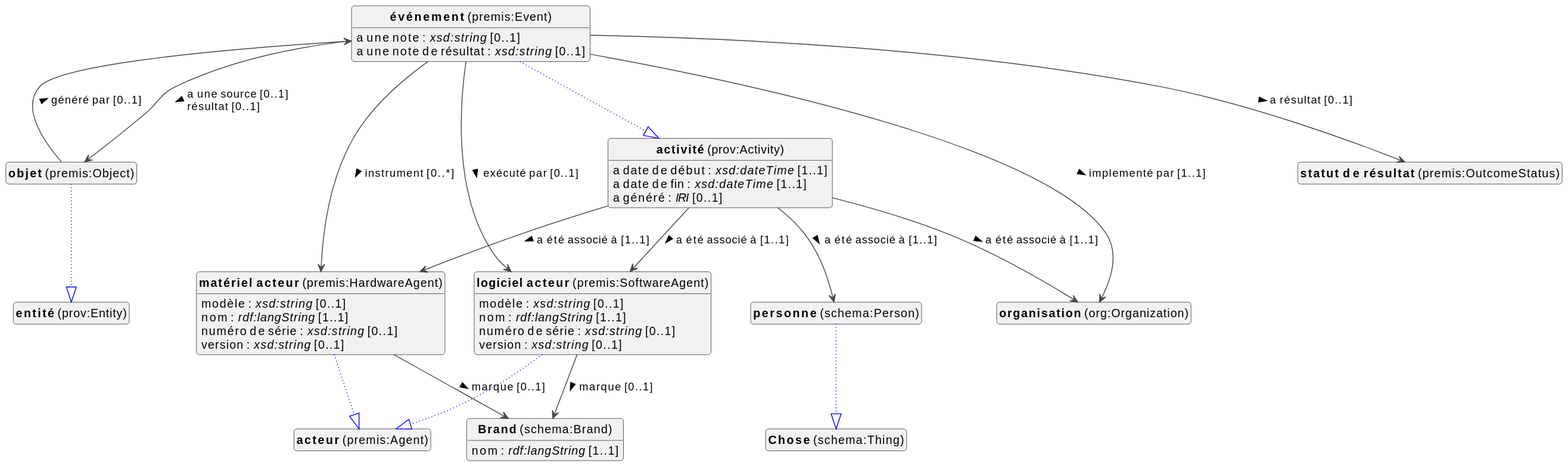
Above: docs/metadata/knowledge-graph/0.0.1/events/fr/events-diagram.svg in viaacode/documentation-jekyll (PlantUML), before the change. The source it was exported from:
```plantuml
@startuml
!theme vibrant
skinparam classFontSize 14
!define LIGHTORANGE
skinparam componentStyle uml2
skinparam wrapMessageWidth 1000
skinparam wrapWidth 1000
skinparam shadowing false
skinparam ArrowMessageAlignment left
top to bottom direction


class "<b>Brand</b> (schema:Brand)" as schema_Brand [[#schema%3ABrand]]
class "<b>activité</b> (prov:Activity)" as prov_Activity [[#prov%3AActivity]]
class "<b>logiciel acteur</b> (premis:SoftwareAgent)" as premis_SoftwareAgent [[#premis%3ASoftwareAgent]]
class "<b>acteur</b> (premis:Agent)" as premis_Agent [[#premis%3AAgent]]
class "<b>matériel acteur</b> (premis:HardwareAgent)" as premis_HardwareAgent [[#premis%3AHardwareAgent]]
class "<b>acteur</b> (premis:Agent)" as premis_Agent [[#premis%3AAgent]]
class "<b>objet</b> (premis:Object)" as premis_Object [[#premis%3AObject]]
class "<b>entité</b> (prov:Entity)" as prov_Entity [[#prov%3AEntity]]
class "<b>organisation</b> (org:Organization)" as org_Organization [[../../organizations/fr#org%3AOrganization]]
class "<b>personne</b> (schema:Person)" as schema_Person [[../../organizations/fr#schema%3APerson]]
class "<b>Chose</b> (schema:Thing)" as schema_Thing [[#schema%3AThing]]
class "<b>statut de résultat</b> (premis:OutcomeStatus)" as premis_OutcomeStatus [[#premis%3AOutcomeStatus]]
class "<b>événement</b> (premis:Event)" as premis_Event [[#premis%3AEvent]]
class "<b>activité</b> (prov:Activity)" as prov_Activity [[#prov%3AActivity]]


schema_Brand : nom : <i>rdf:langString</i> [1..1]



prov_Activity : a date de début : <i>xsd:dateTime</i> [1..1]
prov_Activity : a date de fin : <i>xsd:dateTime</i> [1..1]
prov_Activity : a généré : <i>IRI</i> [0..1]

prov_Activity --> org_Organization :a été associé à [1..1]  >
prov_Activity --> premis_HardwareAgent :a été associé à [1..1]  >
prov_Activity --> premis_SoftwareAgent :a été associé à [1..1]  >
prov_Activity --> schema_Person :a été associé à [1..1]  >


premis_SoftwareAgent --|> premis_Agent #blue;line.dotted;text:blue

premis_SoftwareAgent : modèle : <i>xsd:string</i> [0..1]
premis_SoftwareAgent : nom : <i>rdf:langString</i> [1..1]
premis_SoftwareAgent : numéro de série : <i>xsd:string</i> [0..1]
premis_SoftwareAgent : version : <i>xsd:string</i> [0..1]

premis_SoftwareAgent --> schema_Brand :marque [0..1]  >


premis_HardwareAgent --|> premis_Agent #blue;line.dotted;text:blue

premis_HardwareAgent : modèle : <i>xsd:string</i> [0..1]
premis_HardwareAgent : nom : <i>rdf:langString</i> [1..1]
premis_HardwareAgent : numéro de série : <i>xsd:string</i> [0..1]
premis_HardwareAgent : version : <i>xsd:string</i> [0..1]

premis_HardwareAgent --> schema_Brand :marque [0..1]  >


premis_Object --|> prov_Entity #blue;line.dotted;text:blue

premis_Object --> premis_Event :généré par [0..1]  >



schema_Person --|> schema_Thing #blue;line.dotted;text:blue




premis_Event --|> prov_Activity #blue;line.dotted;text:blue

premis_Event : a une note : <i>xsd:string</i> [0..1]
premis_Event : a une note de résultat : <i>xsd:string</i> [0..1]
premis_Event --> org_Organization :implementé par [1..1]  >
premis_Event --> premis_HardwareAgent :instrument [0..*]  >
premis_Event --> premis_Object :a une source [0..1]  \lrésultat [0..1]  >
premis_Event --> premis_OutcomeStatus :a résultat [0..1]  >
premis_Event --> premis_SoftwareAgent :exécuté par [0..1]  >



hide circle
hide methods
hide empty members
@enduml
```
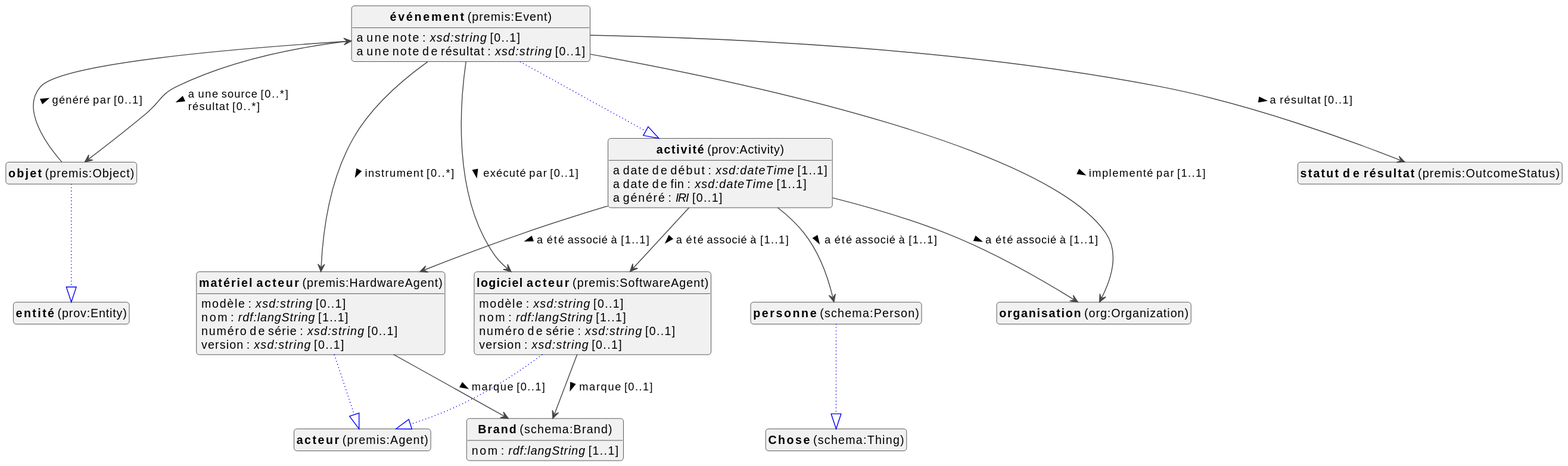
Above is the later version.

Diff of the diagram source:
```diff
@@ -77,7 +77,7 @@
 premis_Event : a une note de résultat : <i>xsd:string</i> [0..1]
 premis_Event --> org_Organization :implementé par [1..1]  >
 premis_Event --> premis_HardwareAgent :instrument [0..*]  >
-premis_Event --> premis_Object :a une source [0..1]  \lrésultat [0..1]  >
+premis_Event --> premis_Object :a une source [0..*]  \lrésultat [0..*]  >
 premis_Event --> premis_OutcomeStatus :a résultat [0..1]  >
 premis_Event --> premis_SoftwareAgent :exécuté par [0..1]  >
 
```
